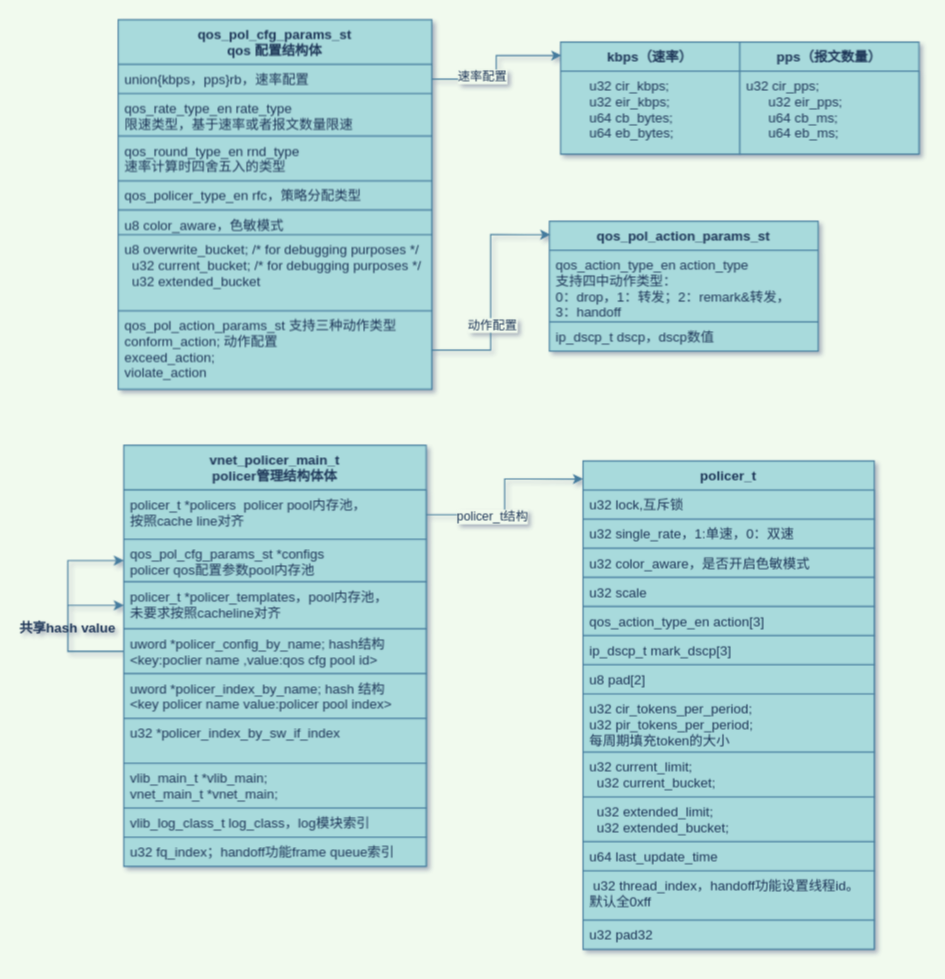
This is new_map/vpp policer.drawio from jin13417/dpdk-vpp-learning, a draw.io file, before an edit. Source tidied: cells renumbered, new cells numbered last; positions are measured from the earlier drawing's top-left corner, leaving out a move shared by most shapes. Both pictures are drawn from the tidied source at 112%, with x=0, y=0 at pixel (22, 19).
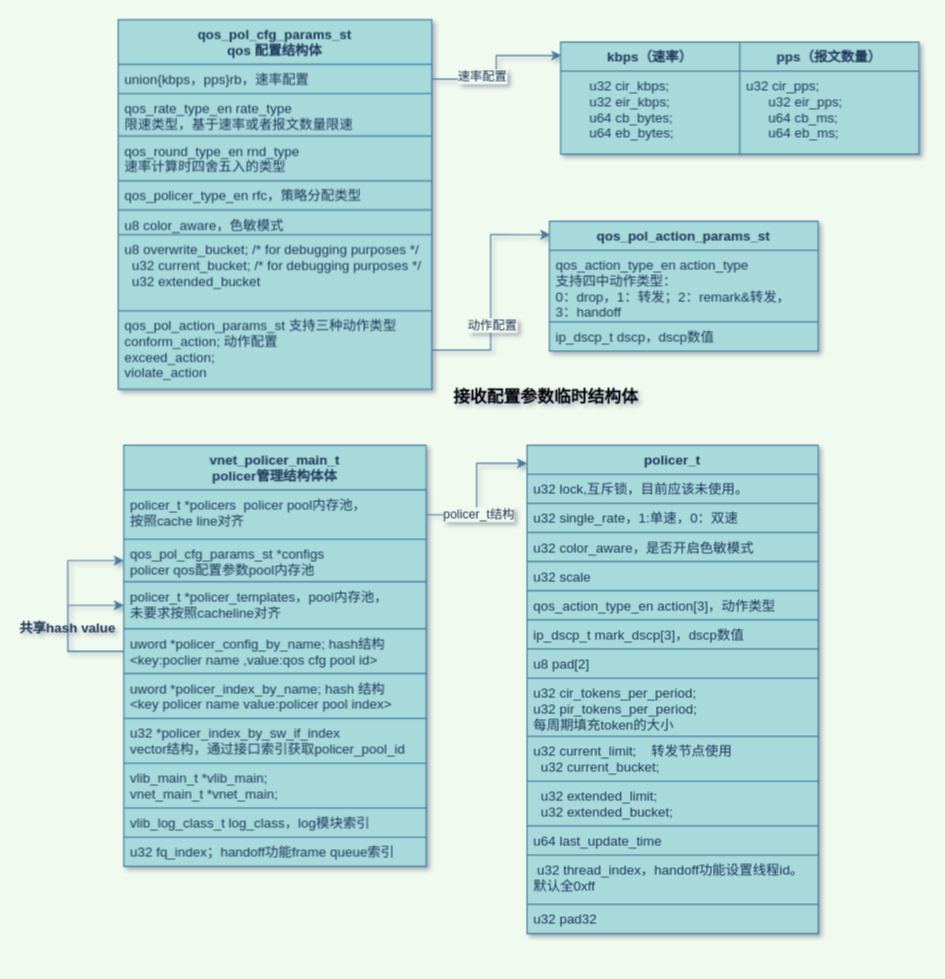
The same page after the edit.

The change refers to these unchanged cells:
```xml
<mxCell id="2" value="vnet_policer_main_t&#10;policer管理结构体体" style="swimlane;fontStyle=1;align=center;verticalAlign=top;horizontal=1;startSize=40;fillColor=#A8DADC;strokeColor=#457B9D;fontColor=#1D3557;" parent="1" vertex="1">
  <mxGeometry x="90" y="380" width="270" height="376" as="geometry" />
</mxCell>
```

What changed in the source:
```diff
@@
-    <mxCell id="10" value="u32 *policer_index_by_sw_if_index" style="text;fillColor=#A8DADC;align=left;verticalAlign=top;spacingLeft=4;spacingRight=4;overflow=hidden;strokeColor=#457B9D;fontColor=#1D3557;" parent="2" vertex="1">
+    <mxCell id="10" value="u32 *policer_index_by_sw_if_index&#10;vector结构，通过接口索引获取policer_pool_id" style="text;fillColor=#A8DADC;align=left;verticalAlign=top;spacingLeft=4;spacingRight=4;overflow=hidden;strokeColor=#457B9D;fontColor=#1D3557;" parent="2" vertex="1">
       <mxGeometry y="244" width="270" height="40" as="geometry" />
     </mxCell>
@@
     <mxCell id="14" value="policer_t" style="swimlane;fontStyle=1;align=center;verticalAlign=top;horizontal=1;startSize=26;strokeColor=#457B9D;fillColor=#A8DADC;fontColor=#1D3557;" parent="1" vertex="1">
-      <mxGeometry x="500" y="394" width="260" height="436" as="geometry" />
+      <mxGeometry x="450" y="380" width="260" height="436" as="geometry" />
     </mxCell>
-    <mxCell id="15" value="u32 lock,互斥锁" style="text;strokeColor=#457B9D;fillColor=#A8DADC;align=left;verticalAlign=top;spacingLeft=4;spacingRight=4;overflow=hidden;fontColor=#1D3557;" parent="14" vertex="1">
+    <mxCell id="15" value="u32 lock,互斥锁，目前应该未使用。" style="text;strokeColor=#457B9D;fillColor=#A8DADC;align=left;verticalAlign=top;spacingLeft=4;spacingRight=4;overflow=hidden;fontColor=#1D3557;" parent="14" vertex="1">
       <mxGeometry y="26" width="260" height="26" as="geometry" />
     </mxCell>
@@
-    <mxCell id="19" value="qos_action_type_en action[3]" style="text;fillColor=#A8DADC;align=left;verticalAlign=top;spacingLeft=4;spacingRight=4;overflow=hidden;strokeColor=#457B9D;fontColor=#1D3557;" parent="14" vertex="1">
+    <mxCell id="19" value="qos_action_type_en action[3]，动作类型" style="text;fillColor=#A8DADC;align=left;verticalAlign=top;spacingLeft=4;spacingRight=4;overflow=hidden;strokeColor=#457B9D;fontColor=#1D3557;" parent="14" vertex="1">
       <mxGeometry y="130" width="260" height="26" as="geometry" />
     </mxCell>
-    <mxCell id="20" value="ip_dscp_t mark_dscp[3]" style="text;fillColor=#A8DADC;align=left;verticalAlign=top;spacingLeft=4;spacingRight=4;overflow=hidden;strokeColor=#457B9D;fontColor=#1D3557;" parent="14" vertex="1">
+    <mxCell id="20" value="ip_dscp_t mark_dscp[3]，dscp数值" style="text;fillColor=#A8DADC;align=left;verticalAlign=top;spacingLeft=4;spacingRight=4;overflow=hidden;strokeColor=#457B9D;fontColor=#1D3557;" parent="14" vertex="1">
       <mxGeometry y="156" width="260" height="26" as="geometry" />
     </mxCell>
@@
-    <mxCell id="23" value="u32 current_limit;&#10;  u32 current_bucket;" style="text;fillColor=#A8DADC;align=left;verticalAlign=top;spacingLeft=4;spacingRight=4;overflow=hidden;strokeColor=#457B9D;fontColor=#1D3557;" parent="14" vertex="1">
+    <mxCell id="23" value="u32 current_limit;    转发节点使用&#10;  u32 current_bucket;" style="text;fillColor=#A8DADC;align=left;verticalAlign=top;spacingLeft=4;spacingRight=4;overflow=hidden;strokeColor=#457B9D;fontColor=#1D3557;" parent="14" vertex="1">
       <mxGeometry y="260" width="260" height="40" as="geometry" />
     </mxCell>
@@
+    <mxCell id="50" value="接收配置参数临时结构体" style="text;html=1;strokeColor=none;fillColor=none;align=center;verticalAlign=middle;whiteSpace=wrap;rounded=0;fontStyle=1;fontSize=15;" parent="1" vertex="1">
+      <mxGeometry x="375" y="326" width="184" height="20" as="geometry" />
+    </mxCell>
```
